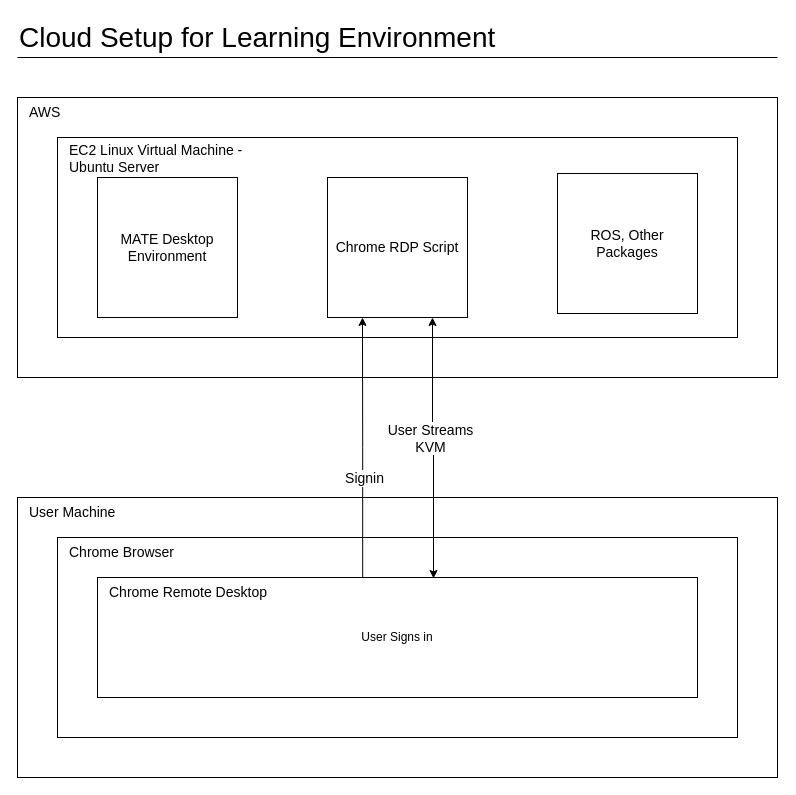
The draw.io diagram Diagrams/cloud_setup.drawio in AM1010101/lidar_integrators_course, before the edit. Source tidied: cells renumbered, new cells numbered last; positions are measured from the earlier drawing's top-left corner, leaving out a move shared by most shapes. Both pictures are drawn from the tidied source at 100%, with x=0, y=0 at pixel (17, 17).
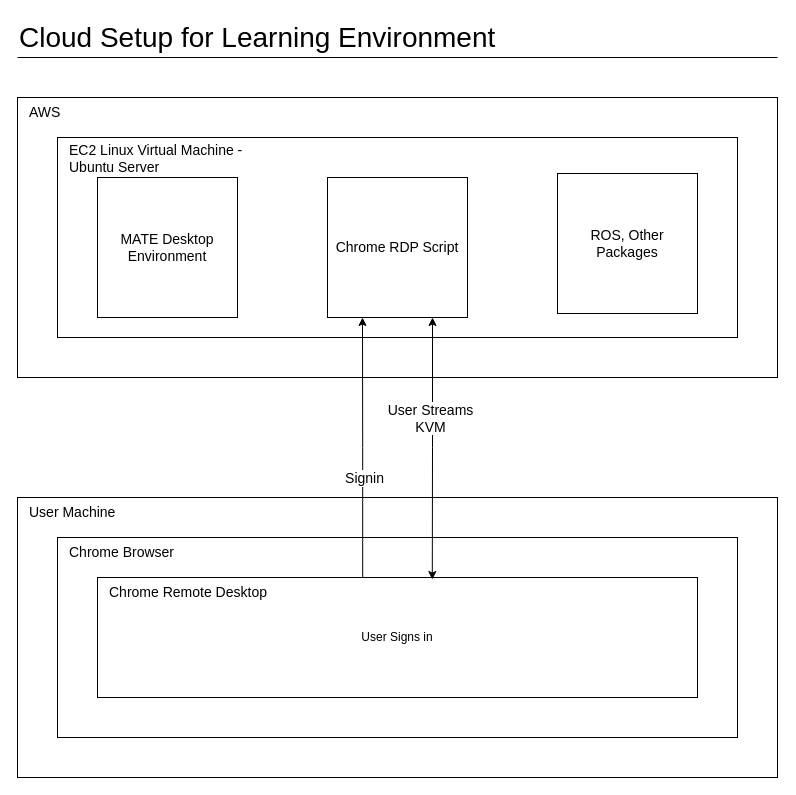
Above is the later version.

The change refers to these unchanged cells:
```xml
<mxCell id="10" value="Chrome RDP Script" style="rounded=0;whiteSpace=wrap;html=1;fontSize=14;" parent="1" vertex="1">
  <mxGeometry x="310" y="160" width="140" height="140" as="geometry" />
</mxCell>
<mxCell id="17" value="User Signs in" style="rounded=0;whiteSpace=wrap;html=1;" parent="1" vertex="1">
  <mxGeometry x="80" y="560" width="600" height="120" as="geometry" />
</mxCell>
```

Change to the diagram source:
```diff
@@
-    <mxCell id="19" style="edgeStyle=orthogonalEdgeStyle;rounded=0;jettySize=auto;html=1;entryX=0.56;entryY=0.008;entryDx=0;entryDy=0;entryPerimeter=0;fontSize=14;exitX=0.75;exitY=1;exitDx=0;exitDy=0;startArrow=classic;startFill=1;" parent="1" edge="1" source="10" target="17">
+    <mxCell id="19" style="edgeStyle=orthogonalEdgeStyle;rounded=0;jettySize=auto;html=1;entryX=0.558;entryY=0.017;entryDx=0;entryDy=0;entryPerimeter=0;fontSize=14;exitX=0.75;exitY=1;exitDx=0;exitDy=0;startArrow=classic;startFill=1;" parent="1" edge="1" source="10" target="17">
       <mxGeometry relative="1" as="geometry" />
     </mxCell>
     <mxCell id="20" value="&lt;div&gt;User Streams&lt;/div&gt;&lt;div&gt;KVM&lt;/div&gt;" style="edgeLabel;html=1;align=center;verticalAlign=middle;fontSize=14;" parent="19" vertex="1">
       <mxGeometry x="-0.15" y="-3" relative="1" as="geometry">
-        <mxPoint y="9" as="offset" />
+        <mxPoint y="-11" as="offset" />
       </mxGeometry>
     </mxCell>
```
